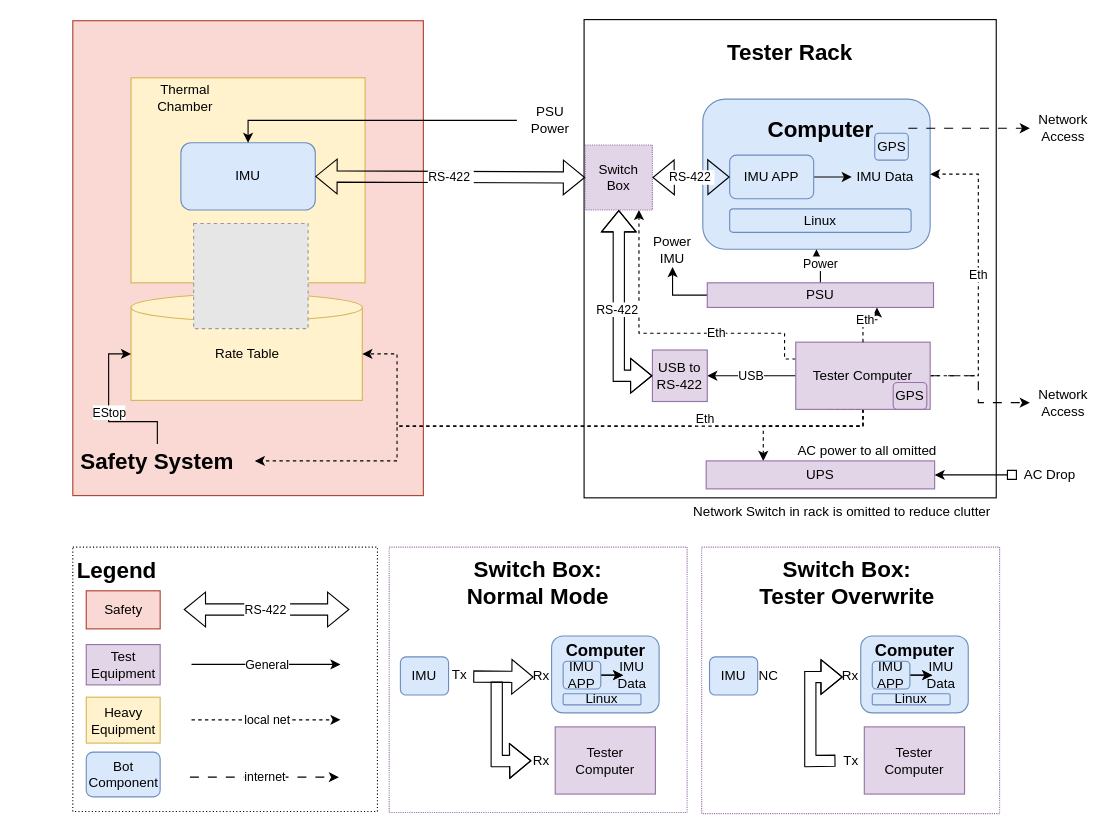
The draw.io diagram doc_images/IMU_Test_System_Block_Diagram.drawio in BFang-Overflow/Figure-Case-Study, before the edit. Source tidied: cells renumbered, new cells numbered last; positions are measured from the earlier drawing's top-left corner, leaving out a move shared by most shapes. Both pictures are drawn from the tidied source at 112%, with x=0, y=0 at pixel (19, 19). Pictures stored in the file or linked from it are replaced by grey dashed boxes.
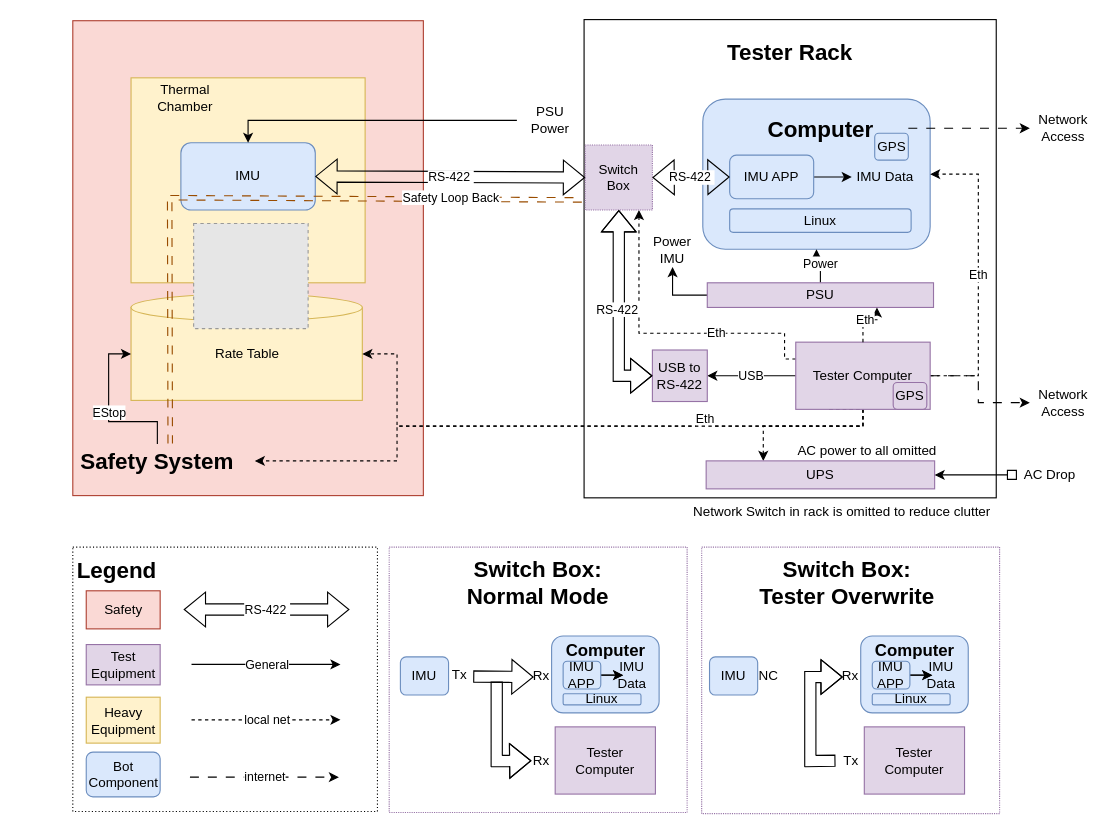
After the change.

Unchanged cells that the change refers to:
```xml
<mxCell id="30" value="&lt;font style=&quot;font-size: 20px;&quot;&gt;&lt;b&gt;Safety System&lt;/b&gt;&lt;/font&gt;" style="text;html=1;align=center;verticalAlign=middle;whiteSpace=wrap;rounded=0;" parent="1" vertex="1">
  <mxGeometry x="36" y="379" width="174" height="30" as="geometry" />
</mxCell>
```

What changed in the source:
```diff
@@
+    <mxCell id="94" value="Safety Loop Back" style="shape=link;html=1;rounded=0;dashed=1;dashPattern=8 8;exitX=0.566;exitY=-0.019;exitDx=0;exitDy=0;exitPerimeter=0;strokeColor=#994C00;" parent="1" edge="1" source="30">
+      <mxGeometry x="0.6" y="1" relative="1" as="geometry">
+        <mxPoint x="502" y="161" as="targetPoint" />
+        <Array as="points">
+          <mxPoint x="134" y="159" />
+        </Array>
+      </mxGeometry>
+    </mxCell>
```
